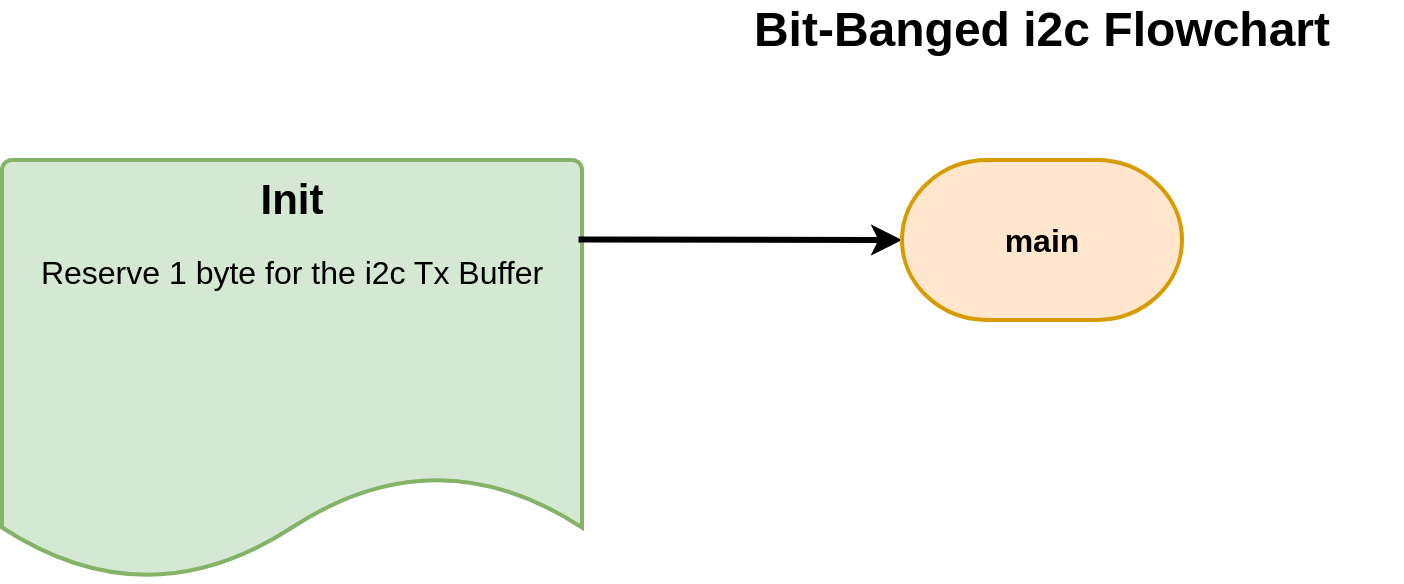
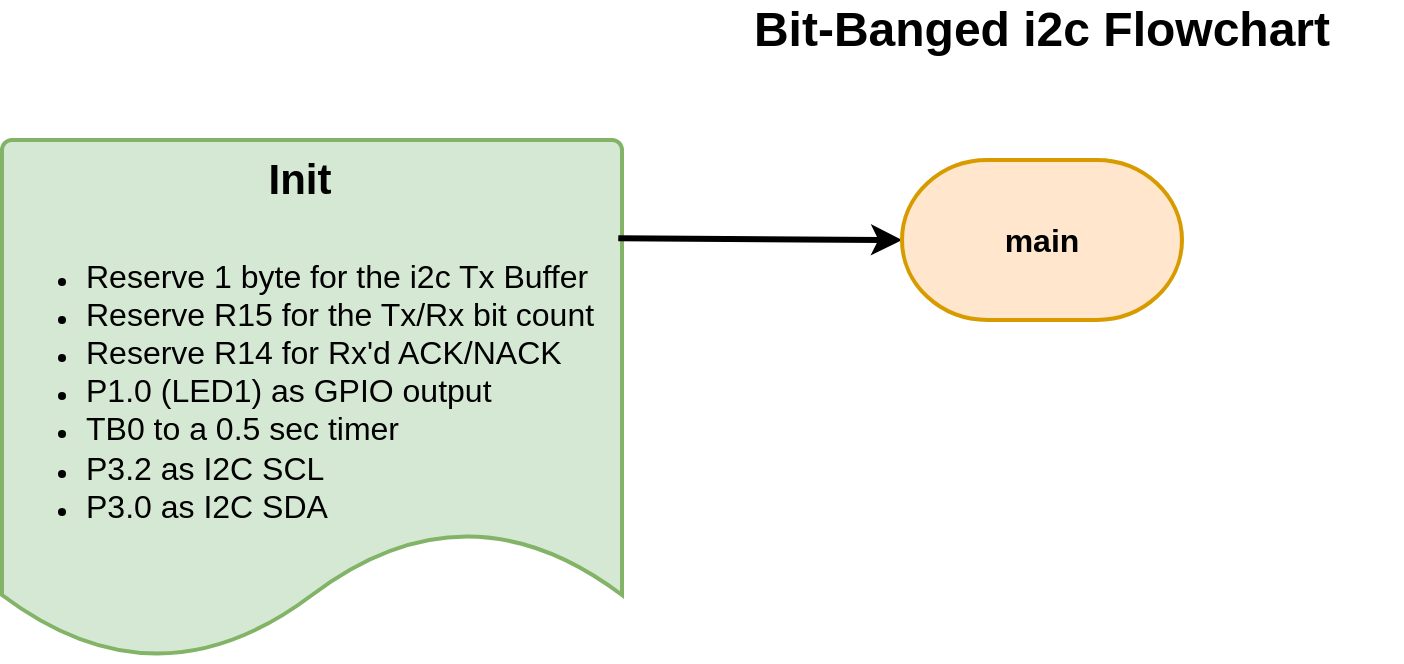
- <mxfile host="Electron" agent="Mozilla/5.0 (Windows NT 10.0; Win64; x64) AppleWebKit/537.36 (KHTML, like Gecko) draw.io/29.3.0 Chrome/140.0.7339.249 Electron/38.7.2 Safari/537.36" version="29.3.0" pages="2">
+ <mxfile host="Electron" agent="Mozilla/5.0 (Windows NT 10.0; Win64; x64) AppleWebKit/537.36 (KHTML, like Gecko) draw.io/29.3.0 Chrome/140.0.7339.249 Electron/38.7.2 Safari/537.36" version="29.3.0" pages="3">
  <diagram id="Kcya2C6UL9Ipibv_GPjr" name="top-level">
-     <mxGraphModel dx="1617" dy="1104" grid="1" gridSize="10" guides="1" tooltips="1" connect="1" arrows="1" fold="1" page="1" pageScale="1" pageWidth="1100" pageHeight="850" math="0" shadow="0">
+     <mxGraphModel dx="1066" dy="1262" grid="1" gridSize="10" guides="1" tooltips="1" connect="1" arrows="1" fold="1" page="1" pageScale="1" pageWidth="1100" pageHeight="850" math="0" shadow="0">
      <root>
        <mxCell id="0" />
        <mxCell id="1" parent="0" />
-         <mxCell id="Fpc5OdNe_PqLWm5hA6ZJ-1" parent="1" style="strokeWidth=2;html=1;shape=mxgraph.flowchart.document2;whiteSpace=wrap;size=0.25;fillColor=#d5e8d4;strokeColor=#82b366;verticalAlign=top;" value="&lt;font style=&quot;font-size: 21px;&quot;&gt;&lt;b style=&quot;&quot;&gt;Init&lt;/b&gt;&lt;/font&gt;&lt;div&gt;&lt;br&gt;&lt;/div&gt;&lt;div&gt;&lt;span style=&quot;font-size: 16px; background-color: transparent; color: light-dark(rgb(0, 0, 0), rgb(255, 255, 255));&quot;&gt;Reserve 1 byte for the i2c Tx Buffer&lt;/span&gt;&lt;/div&gt;" vertex="1">
-           <mxGeometry height="210" width="290" x="30" y="110" as="geometry" />
+         <mxCell id="Fpc5OdNe_PqLWm5hA6ZJ-1" parent="1" style="strokeWidth=2;html=1;shape=mxgraph.flowchart.document2;whiteSpace=wrap;size=0.25;fillColor=#d5e8d4;strokeColor=#82b366;verticalAlign=top;align=left;" value="&lt;div style=&quot;text-align: center;&quot;&gt;&lt;b style=&quot;font-size: 21px; background-color: transparent; color: light-dark(rgb(0, 0, 0), rgb(255, 255, 255));&quot;&gt;Init&lt;/b&gt;&lt;/div&gt;&lt;div style=&quot;text-align: center;&quot;&gt;&lt;br&gt;&lt;/div&gt;&lt;div&gt;&lt;ul&gt;&lt;li&gt;&lt;span style=&quot;font-size: 16px; background-color: transparent; color: light-dark(rgb(0, 0, 0), rgb(255, 255, 255));&quot;&gt;Reserve 1 byte for the i2c Tx Buffer&lt;/span&gt;&lt;/li&gt;&lt;li&gt;&lt;span style=&quot;font-size: 16px;&quot;&gt;Reserve R15 for the Tx/Rx bit count&lt;/span&gt;&lt;/li&gt;&lt;li&gt;&lt;span style=&quot;font-size: 16px;&quot;&gt;Reserve R14 for Rx&#39;d ACK/NACK&lt;/span&gt;&lt;/li&gt;&lt;li&gt;&lt;span style=&quot;font-size: 16px;&quot;&gt;P1.0 (LED1) as GPIO output&lt;/span&gt;&lt;/li&gt;&lt;li&gt;&lt;span style=&quot;font-size: 16px;&quot;&gt;TB0 to a 0.5 sec timer&lt;/span&gt;&lt;/li&gt;&lt;li&gt;&lt;span style=&quot;font-size: 16px;&quot;&gt;P3.2 as I2C SCL&lt;/span&gt;&lt;/li&gt;&lt;li&gt;&lt;span style=&quot;font-size: 16px;&quot;&gt;P3.0 as I2C SDA&lt;/span&gt;&lt;/li&gt;&lt;/ul&gt;&lt;/div&gt;&lt;div&gt;&lt;span style=&quot;font-size: 16px;&quot;&gt;&lt;br&gt;&lt;/span&gt;&lt;/div&gt;" vertex="1">
+           <mxGeometry height="260" width="310" x="30" y="100" as="geometry" />
        </mxCell>
        <mxCell id="Fpc5OdNe_PqLWm5hA6ZJ-2" edge="1" parent="1" source="Fpc5OdNe_PqLWm5hA6ZJ-1" style="endArrow=classic;html=1;rounded=0;exitX=0.994;exitY=0.189;exitDx=0;exitDy=0;exitPerimeter=0;entryX=0;entryY=0.5;entryDx=0;entryDy=0;entryPerimeter=0;strokeWidth=3;" target="Fpc5OdNe_PqLWm5hA6ZJ-3" value="">
          <mxGeometry height="50" relative="1" width="50" as="geometry">
            <mxPoint x="640" y="470" as="sourcePoint" />
            <mxPoint x="470" y="150" as="targetPoint" />
          </mxGeometry>
        </mxCell>
        <mxCell id="Fpc5OdNe_PqLWm5hA6ZJ-3" parent="1" style="strokeWidth=2;html=1;shape=mxgraph.flowchart.terminator;whiteSpace=wrap;fontStyle=1;fontSize=16;fillColor=#ffe6cc;strokeColor=#d79b00;" value="main" vertex="1">
          <mxGeometry height="80" width="140" x="480" y="110" as="geometry" />
        </mxCell>
        <mxCell id="Fpc5OdNe_PqLWm5hA6ZJ-4" parent="1" style="text;html=1;whiteSpace=wrap;strokeColor=none;fillColor=none;align=center;verticalAlign=middle;rounded=0;fontStyle=1;fontSize=24;" value="Bit-Banged i2c Flowchart" vertex="1">
          <mxGeometry height="30" width="360" x="370" y="30" as="geometry" />
+         </mxCell>
+       </root>
+     </mxGraphModel>
+   </diagram>
+   <diagram id="vZjBf3hfuoQgp_P87AsC" name="i2c_start">
+     <mxGraphModel dx="1184" dy="1822" grid="1" gridSize="10" guides="1" tooltips="1" connect="1" arrows="1" fold="1" page="1" pageScale="1" pageWidth="1100" pageHeight="850" math="0" shadow="0">
+       <root>
+         <mxCell id="0" />
+         <mxCell id="1" parent="0" />
+         <mxCell id="nvTcheAngRDVX2jmwvkg-1" parent="1" style="strokeWidth=2;html=1;shape=mxgraph.flowchart.document2;whiteSpace=wrap;size=0.25;fillColor=#d5e8d4;strokeColor=#82b366;verticalAlign=top;" value="&lt;font style=&quot;font-size: 21px;&quot;&gt;&lt;b style=&quot;&quot;&gt;Init&lt;/b&gt;&lt;/font&gt;&lt;div&gt;&lt;br&gt;&lt;/div&gt;&lt;div&gt;&lt;span style=&quot;font-size: 15px;&quot;&gt;Set SCL to output&lt;/span&gt;&lt;/div&gt;&lt;div&gt;&lt;span style=&quot;font-size: 15px;&quot;&gt;Set SDA to output&lt;/span&gt;&lt;/div&gt;&lt;div&gt;&lt;font style=&quot;font-size: 15px;&quot;&gt;&lt;br&gt;&lt;/font&gt;&lt;/div&gt;" vertex="1">
+           <mxGeometry height="150" width="190" x="110" y="110" as="geometry" />
+         </mxCell>
+         <mxCell id="nvTcheAngRDVX2jmwvkg-2" edge="1" parent="1" source="nvTcheAngRDVX2jmwvkg-1" style="endArrow=classic;html=1;rounded=0;exitX=0.994;exitY=0.189;exitDx=0;exitDy=0;exitPerimeter=0;entryX=0;entryY=0.5;entryDx=0;entryDy=0;entryPerimeter=0;strokeWidth=3;" target="nvTcheAngRDVX2jmwvkg-3" value="">
+           <mxGeometry height="50" relative="1" width="50" as="geometry">
+             <mxPoint x="640" y="460" as="sourcePoint" />
+             <mxPoint x="470" y="140" as="targetPoint" />
+           </mxGeometry>
+         </mxCell>
+         <mxCell id="nvTcheAngRDVX2jmwvkg-6" edge="1" parent="1" source="nvTcheAngRDVX2jmwvkg-3" style="edgeStyle=orthogonalEdgeStyle;rounded=0;orthogonalLoop=1;jettySize=auto;html=1;exitX=0.5;exitY=1;exitDx=0;exitDy=0;exitPerimeter=0;entryX=0.5;entryY=0;entryDx=0;entryDy=0;" target="nvTcheAngRDVX2jmwvkg-5">
+           <mxGeometry relative="1" as="geometry" />
+         </mxCell>
+         <mxCell id="nvTcheAngRDVX2jmwvkg-3" parent="1" style="strokeWidth=2;html=1;shape=mxgraph.flowchart.terminator;whiteSpace=wrap;fontStyle=1;fontSize=16;fillColor=#ffe6cc;strokeColor=#d79b00;" value="i2c_start" vertex="1">
+           <mxGeometry height="80" width="140" x="480" y="100" as="geometry" />
+         </mxCell>
+         <mxCell id="nvTcheAngRDVX2jmwvkg-4" parent="1" style="text;html=1;whiteSpace=wrap;strokeColor=none;fillColor=none;align=center;verticalAlign=middle;rounded=0;fontStyle=1;fontSize=24;" value="i2c_start Flowchart" vertex="1">
+           <mxGeometry height="30" width="360" x="390" y="20" as="geometry" />
+         </mxCell>
+         <mxCell id="nvTcheAngRDVX2jmwvkg-8" edge="1" parent="1" source="nvTcheAngRDVX2jmwvkg-5" style="edgeStyle=orthogonalEdgeStyle;rounded=0;orthogonalLoop=1;jettySize=auto;html=1;exitX=0.5;exitY=1;exitDx=0;exitDy=0;entryX=0.5;entryY=0;entryDx=0;entryDy=0;" target="nvTcheAngRDVX2jmwvkg-7">
+           <mxGeometry relative="1" as="geometry" />
+         </mxCell>
+         <mxCell id="nvTcheAngRDVX2jmwvkg-5" parent="1" style="whiteSpace=wrap;html=1;aspect=fixed;fontSize=15;fontStyle=1;fillColor=#dae8fc;strokeColor=#6c8ebf;" value="Send SDA Low" vertex="1">
+           <mxGeometry height="100" width="100" x="500" y="230" as="geometry" />
+         </mxCell>
+         <mxCell id="nvTcheAngRDVX2jmwvkg-10" edge="1" parent="1" source="nvTcheAngRDVX2jmwvkg-7" style="edgeStyle=orthogonalEdgeStyle;rounded=0;orthogonalLoop=1;jettySize=auto;html=1;exitX=0.5;exitY=1;exitDx=0;exitDy=0;entryX=0.5;entryY=0;entryDx=0;entryDy=0;" target="nvTcheAngRDVX2jmwvkg-9">
+           <mxGeometry relative="1" as="geometry" />
+         </mxCell>
+         <mxCell id="nvTcheAngRDVX2jmwvkg-7" parent="1" style="shape=parallelogram;perimeter=parallelogramPerimeter;whiteSpace=wrap;html=1;fixedSize=1;fillColor=#f8cecc;strokeColor=#b85450;fontSize=15;fontStyle=1" value="delay_12us" vertex="1">
+           <mxGeometry height="60" width="120" x="490" y="385" as="geometry" />
+         </mxCell>
+         <mxCell id="nvTcheAngRDVX2jmwvkg-12" edge="1" parent="1" source="nvTcheAngRDVX2jmwvkg-9" style="edgeStyle=orthogonalEdgeStyle;rounded=0;orthogonalLoop=1;jettySize=auto;html=1;exitX=0.5;exitY=1;exitDx=0;exitDy=0;entryX=0.5;entryY=0;entryDx=0;entryDy=0;" target="nvTcheAngRDVX2jmwvkg-11">
+           <mxGeometry relative="1" as="geometry" />
+         </mxCell>
+         <mxCell id="nvTcheAngRDVX2jmwvkg-9" parent="1" style="whiteSpace=wrap;html=1;aspect=fixed;fontSize=15;fontStyle=1;fillColor=#dae8fc;strokeColor=#6c8ebf;" value="Send SCL Low" vertex="1">
+           <mxGeometry height="100" width="100" x="500" y="500" as="geometry" />
+         </mxCell>
+         <mxCell id="nvTcheAngRDVX2jmwvkg-11" parent="1" style="shape=parallelogram;perimeter=parallelogramPerimeter;whiteSpace=wrap;html=1;fixedSize=1;fillColor=#f8cecc;strokeColor=#b85450;fontSize=15;fontStyle=1" value="delay_12us" vertex="1">
+           <mxGeometry height="60" width="120" x="490" y="650" as="geometry" />
+         </mxCell>
+         <mxCell id="nvTcheAngRDVX2jmwvkg-13" parent="1" style="strokeWidth=2;html=1;shape=mxgraph.flowchart.terminator;whiteSpace=wrap;fontStyle=1;fontSize=16;fillColor=#ffe6cc;strokeColor=#d79b00;" value="Return" vertex="1">
+           <mxGeometry height="80" width="140" x="480" y="740" as="geometry" />
+         </mxCell>
+         <mxCell id="nvTcheAngRDVX2jmwvkg-14" edge="1" parent="1" source="nvTcheAngRDVX2jmwvkg-11" style="edgeStyle=orthogonalEdgeStyle;rounded=0;orthogonalLoop=1;jettySize=auto;html=1;exitX=0.5;exitY=1;exitDx=0;exitDy=0;entryX=0.5;entryY=0;entryDx=0;entryDy=0;entryPerimeter=0;" target="nvTcheAngRDVX2jmwvkg-13">
+           <mxGeometry relative="1" as="geometry" />
        </mxCell>
      </root>
    </mxGraphModel>
  </diagram>
  <diagram name="i2c_tx_byte" id="o5jYizhWEpMExVOhpsEn">
    <mxGraphModel dx="1427" dy="974" grid="1" gridSize="10" guides="1" tooltips="1" connect="1" arrows="1" fold="1" page="1" pageScale="1" pageWidth="1100" pageHeight="850" math="0" shadow="0">
      <root>
        <mxCell id="0" />
        <mxCell id="1" parent="0" />
        <mxCell id="DgsNM_MTjWBqqUFDSQT6-1" parent="1" style="strokeWidth=2;html=1;shape=mxgraph.flowchart.document2;whiteSpace=wrap;size=0.25;fillColor=#d5e8d4;strokeColor=#82b366;verticalAlign=top;" value="&lt;font style=&quot;font-size: 21px;&quot;&gt;&lt;b style=&quot;&quot;&gt;Init&lt;/b&gt;&lt;/font&gt;&lt;div&gt;&lt;br&gt;&lt;/div&gt;&lt;div&gt;&lt;font style=&quot;font-size: 15px;&quot;&gt;Push R4 to stack&lt;/font&gt;&lt;/div&gt;&lt;div&gt;&lt;font style=&quot;font-size: 15px;&quot;&gt;&lt;br&gt;&lt;/font&gt;&lt;/div&gt;" vertex="1">
          <mxGeometry height="210" width="190" x="90" y="100" as="geometry" />
        </mxCell>
        <mxCell id="DgsNM_MTjWBqqUFDSQT6-2" edge="1" parent="1" source="DgsNM_MTjWBqqUFDSQT6-1" style="endArrow=classic;html=1;rounded=0;exitX=0.994;exitY=0.189;exitDx=0;exitDy=0;exitPerimeter=0;entryX=0;entryY=0.5;entryDx=0;entryDy=0;entryPerimeter=0;strokeWidth=3;" target="DgsNM_MTjWBqqUFDSQT6-4" value="">
          <mxGeometry height="50" relative="1" width="50" as="geometry">
            <mxPoint x="620" y="460" as="sourcePoint" />
            <mxPoint x="450" y="140" as="targetPoint" />
          </mxGeometry>
        </mxCell>
        <mxCell id="DgsNM_MTjWBqqUFDSQT6-4" parent="1" style="strokeWidth=2;html=1;shape=mxgraph.flowchart.terminator;whiteSpace=wrap;fontStyle=1;fontSize=16;fillColor=#ffe6cc;strokeColor=#d79b00;" value="i2c_tx_byte" vertex="1">
          <mxGeometry height="80" width="140" x="460" y="100" as="geometry" />
        </mxCell>
        <mxCell id="DgsNM_MTjWBqqUFDSQT6-5" parent="1" style="text;html=1;whiteSpace=wrap;strokeColor=none;fillColor=none;align=center;verticalAlign=middle;rounded=0;fontStyle=1;fontSize=24;" value="i2c_tx_byte Flowchart" vertex="1">
          <mxGeometry height="30" width="360" x="370" y="20" as="geometry" />
        </mxCell>
      </root>
    </mxGraphModel>
  </diagram>
</mxfile>
